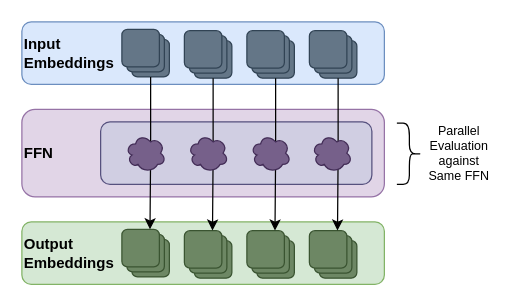
Earlier version of the draw.io diagram book/images/ffn/position-wise-application.drawio (yshavit/llm-notes). Source tidied: cells renumbered, new cells numbered last; positions are measured from the earlier drawing's top-left corner, leaving out a move shared by most shapes. Both pictures are drawn from the tidied source at 125%, with x=0, y=0 at pixel (21, 21).
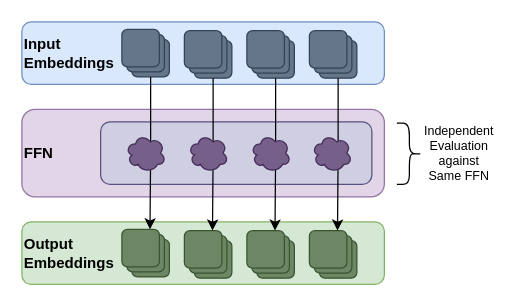
The same page after the edit.

Commit message (it also covers changes not shown here):
FFN: clarify independence of FFN application

Change to the diagram source:
```diff
@@
-    <mxCell id="43" value="Parallel Evaluation against Same FFN" style="text;html=1;whiteSpace=wrap;strokeColor=none;fillColor=none;align=center;verticalAlign=middle;rounded=0;fontSize=10;" parent="1" vertex="1">
+    <mxCell id="43" value="Independent Evaluation against Same FFN" style="text;html=1;whiteSpace=wrap;strokeColor=none;fillColor=none;align=center;verticalAlign=middle;rounded=0;fontSize=10;" parent="1" vertex="1">
       <mxGeometry x="320" y="80" width="60" height="50" as="geometry" />
     </mxCell>
```
